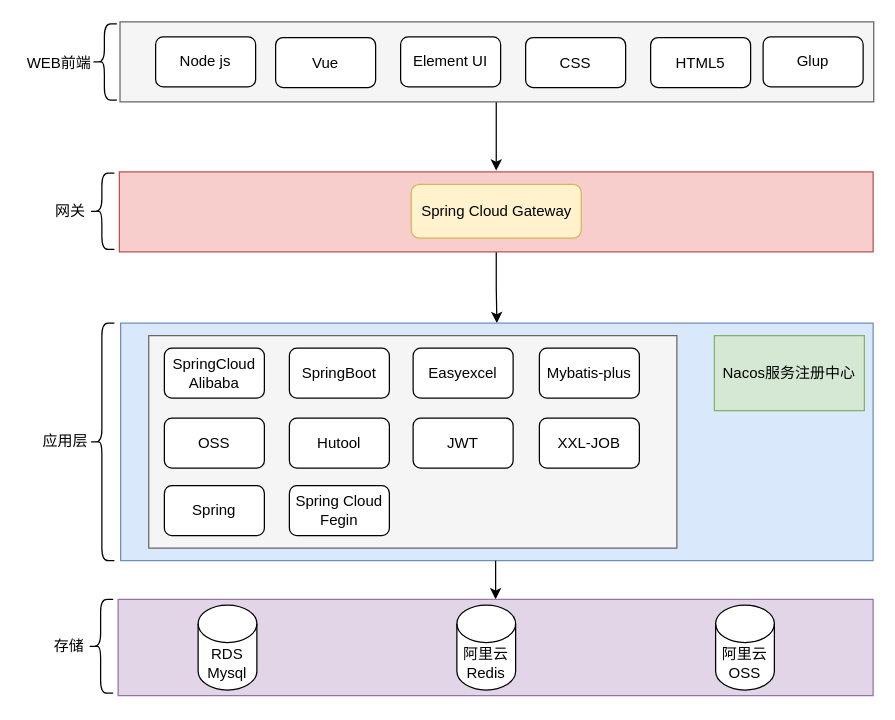
Before: 尚学堂技术架构.drawio in ammengke/my-drawio, a draw.io diagram. Source tidied: cells renumbered, new cells numbered last; positions are measured from the earlier drawing's top-left corner, leaving out a move shared by most shapes. Both pictures are drawn from the tidied source at 125%, with x=0, y=0 at pixel (21, 21).
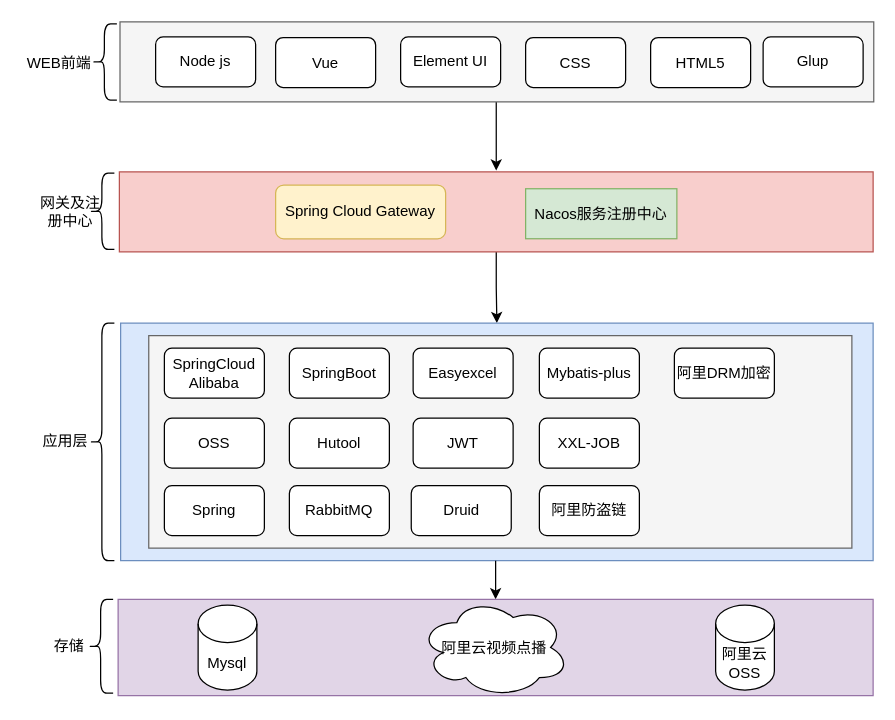
After the change.

Commit message:
更新尚学堂技术架构.drawio

What changed in the source:
```diff
@@
-    <mxCell id="4" value="网关" style="text;html=1;strokeColor=none;fillColor=none;align=center;verticalAlign=middle;whiteSpace=wrap;rounded=0;" parent="1" vertex="1">
+    <mxCell id="4" value="网关及注册中心" style="text;html=1;strokeColor=none;fillColor=none;align=center;verticalAlign=middle;whiteSpace=wrap;rounded=0;" parent="1" vertex="1">
       <mxGeometry x="9" y="137" width="60" height="30" as="geometry" />
     </mxCell>
@@
     <mxCell id="6" value="Spring Cloud Gateway" style="rounded=1;whiteSpace=wrap;html=1;fillColor=#fff2cc;strokeColor=#d6b656;" parent="1" vertex="1">
-      <mxGeometry x="311.5" y="130" width="136" height="43" as="geometry" />
+      <mxGeometry x="203" y="130.5" width="136" height="43" as="geometry" />
     </mxCell>
@@
     <mxCell id="8" style="rounded=0;whiteSpace=wrap;html=1;fillColor=#f5f5f5;fontColor=#333333;strokeColor=#666666;" parent="1" vertex="1">
-      <mxGeometry x="101.5" y="251" width="422.5" height="170" as="geometry" />
+      <mxGeometry x="101.5" y="251" width="562.5" height="170" as="geometry" />
     </mxCell>
     <mxCell id="9" value="Nacos服务注册中心" style="rounded=0;whiteSpace=wrap;html=1;fillColor=#d5e8d4;strokeColor=#82b366;" parent="1" vertex="1">
-      <mxGeometry x="554" y="251" width="120" height="60" as="geometry" />
+      <mxGeometry x="403" y="133.5" width="121" height="40" as="geometry" />
     </mxCell>
@@
-    <mxCell id="22" value="RDS Mysql" style="shape=cylinder3;whiteSpace=wrap;html=1;boundedLbl=1;backgroundOutline=1;size=15;rounded=0;" parent="1" vertex="1">
+    <mxCell id="22" value="Mysql" style="shape=cylinder3;whiteSpace=wrap;html=1;boundedLbl=1;backgroundOutline=1;size=15;rounded=0;" parent="1" vertex="1">
       <mxGeometry x="141" y="466.5" width="47" height="68" as="geometry" />
     </mxCell>
-    <mxCell id="23" value="阿里云Redis" style="shape=cylinder3;whiteSpace=wrap;html=1;boundedLbl=1;backgroundOutline=1;size=15;rounded=0;" parent="1" vertex="1">
-      <mxGeometry x="348" y="466.5" width="47" height="68" as="geometry" />
-    </mxCell>
@@
-    <mxCell id="38" value="Spring Cloud Fegin" style="rounded=1;whiteSpace=wrap;html=1;" parent="1" vertex="1">
+    <mxCell id="38" value="RabbitMQ" style="rounded=1;whiteSpace=wrap;html=1;" parent="1" vertex="1">
       <mxGeometry x="214" y="371" width="80" height="40" as="geometry" />
     </mxCell>
+    <mxCell id="39" value="阿里云视频点播" style="ellipse;shape=cloud;whiteSpace=wrap;html=1;" parent="1" vertex="1">
+      <mxGeometry x="318" y="460.5" width="120" height="80" as="geometry" />
+    </mxCell>
+    <mxCell id="40" value="Druid" style="rounded=1;whiteSpace=wrap;html=1;" parent="1" vertex="1">
+      <mxGeometry x="311.5" y="371" width="80" height="40" as="geometry" />
+    </mxCell>
+    <mxCell id="41" value="阿里防盗链" style="rounded=1;whiteSpace=wrap;html=1;" parent="1" vertex="1">
+      <mxGeometry x="414" y="371" width="80" height="40" as="geometry" />
+    </mxCell>
+    <mxCell id="42" value="阿里DRM加密" style="rounded=1;whiteSpace=wrap;html=1;" parent="1" vertex="1">
+      <mxGeometry x="522" y="261" width="80" height="40" as="geometry" />
+    </mxCell>
```
